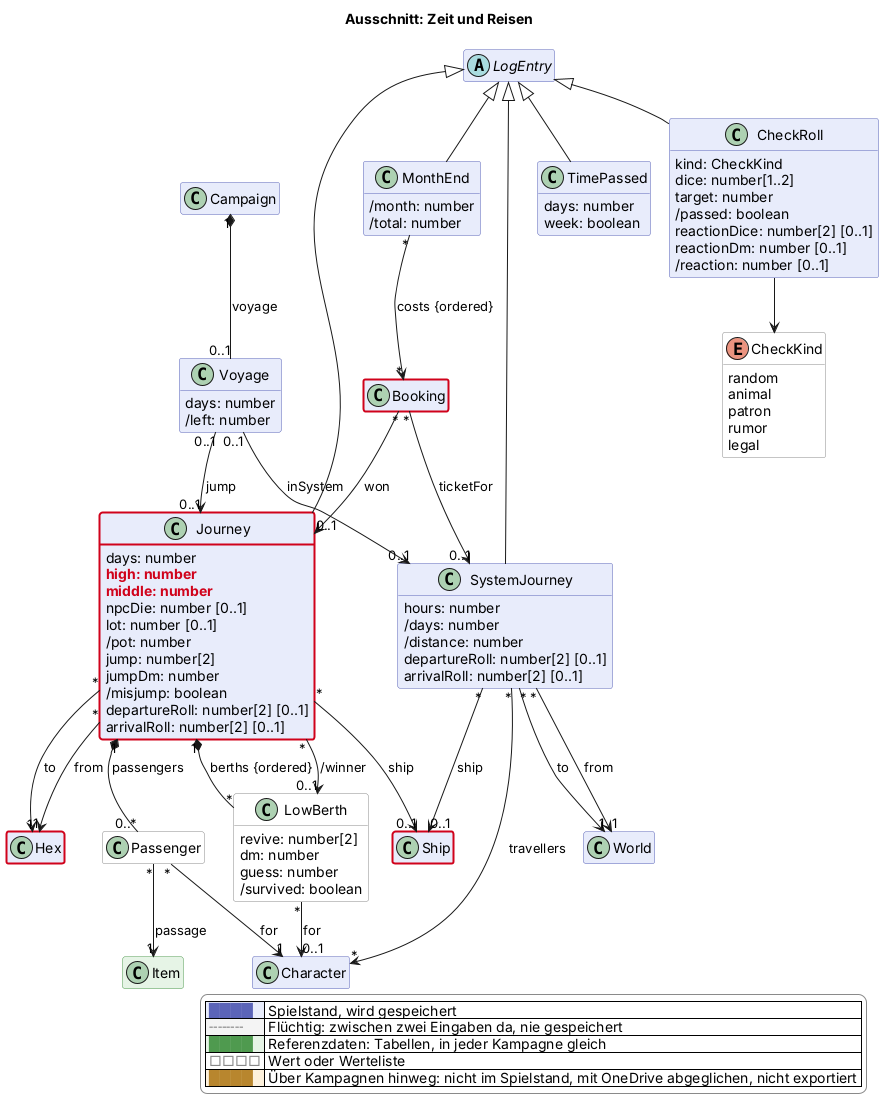
scuzzar/SRE keeps this PlantUML diagram as docs/views/reise.png. Above is the earlier version.
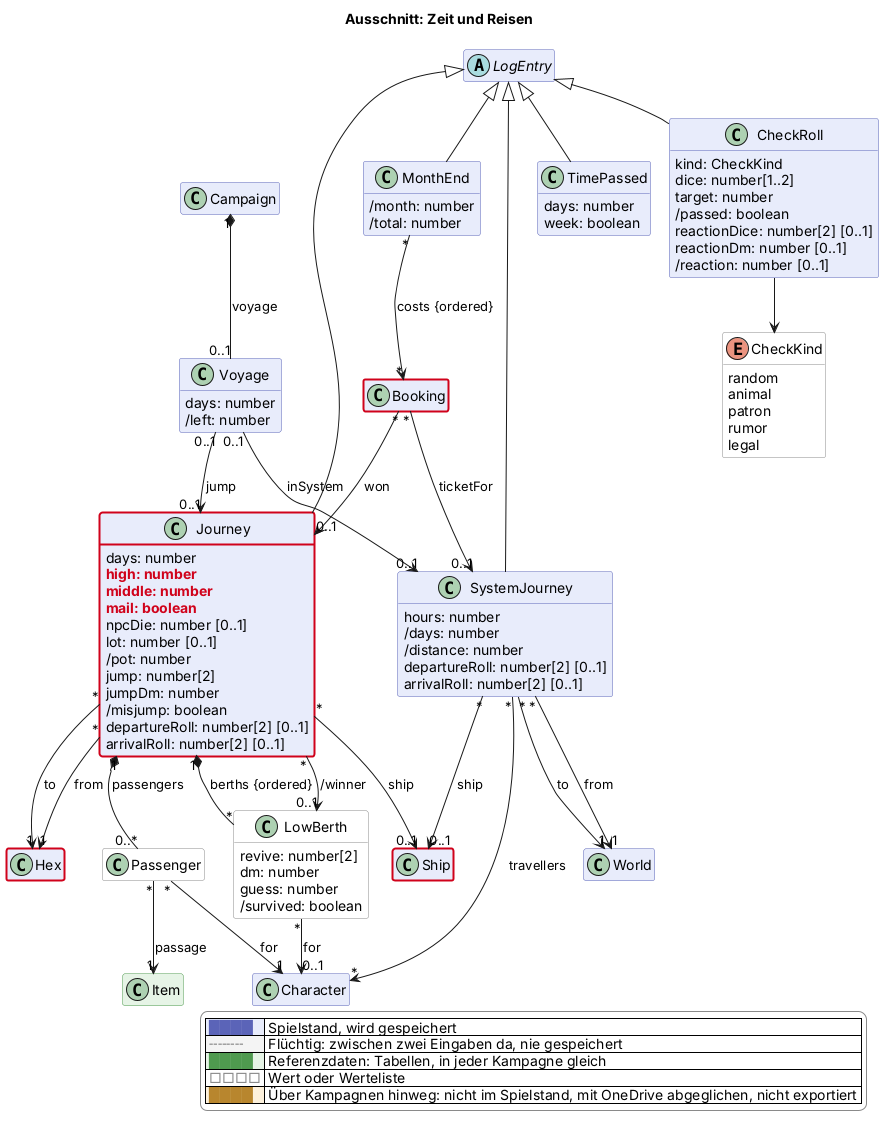
After the commit.

What changed in the source:
```diff
@@ -112,6 +112,7 @@
     days: number
     $new("2026-11-27", "high: number")
     $new("2026-11-27", "middle: number")
+    $new("2026-11-27", "mail: boolean")
     npcDie: number [0..1]
     lot: number [0..1]
     /pot: number
```
